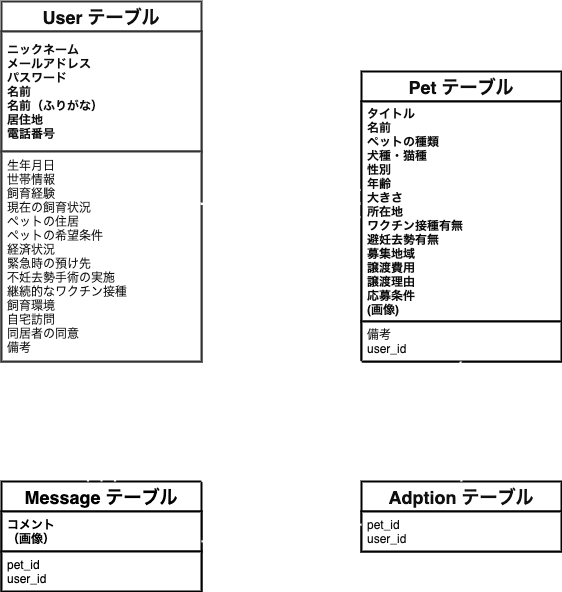
The draw.io diagram ER.png in aya-tsubono/share-pets, before a commit. Source tidied: cells renumbered, new cells last; positions are measured from the earlier drawing's top-left corner, leaving out a move shared by most shapes.
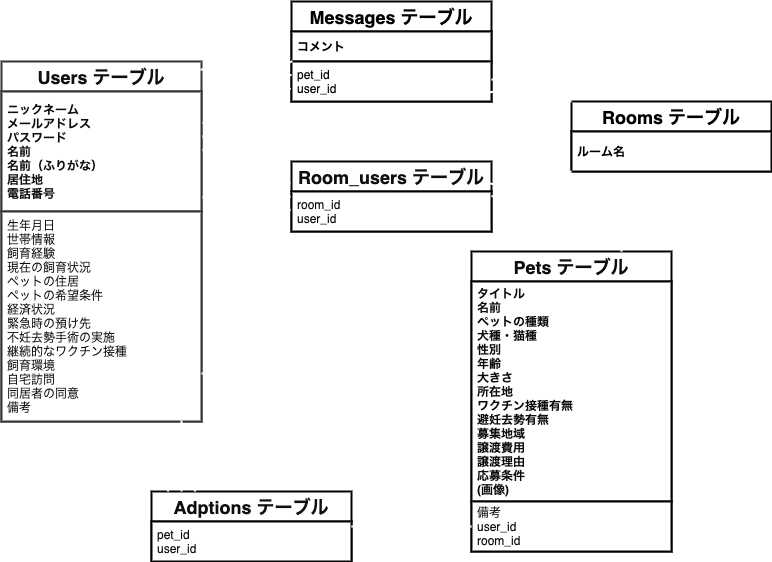
After the change.

Commit message:
READMEの記述とER図の修正

What changed in the source:
```diff
@@ -2,8 +2,8 @@
   <root>
     <mxCell id="0" />
     <mxCell id="1" parent="0" />
-    <mxCell id="2" value="User テーブル" style="swimlane;fontStyle=1;horizontal=1;startSize=30;align=center;fontSize=18;strokeWidth=2;fillColor=#FFFFFF;strokeColor=#333333;fontColor=#0F0F0F;" parent="1" vertex="1">
-      <mxGeometry width="200" height="360" as="geometry" />
+    <mxCell id="2" value="Users テーブル" style="swimlane;fontStyle=1;horizontal=1;startSize=30;align=center;fontSize=18;strokeWidth=2;fillColor=#FFFFFF;strokeColor=#333333;fontColor=#0F0F0F;" parent="1" vertex="1">
+      <mxGeometry y="100" width="200" height="360" as="geometry" />
     </mxCell>
     <mxCell id="3" value="ニックネーム&#10;メールアドレス&#10;パスワード&#10;名前&#10;名前（ふりがな）&#10;居住地&#10;電話番号" style="text;spacingLeft=4;spacingRight=4;overflow=hidden;points=[[0,0.5],[1,0.5]];portConstraint=eastwest;fontSize=12;verticalAlign=middle;fontStyle=1;strokeWidth=2;fillColor=#FFFFFF;strokeColor=#333333;fontColor=#0F0F0F;" parent="2" vertex="1">
       <mxGeometry y="30" width="200" height="120" as="geometry" />
@@ -11,52 +11,70 @@
     <mxCell id="4" value="生年月日&#10;世帯情報&#10;飼育経験&#10;現在の飼育状況&#10;ペットの住居&#10;ペットの希望条件&#10;経済状況&#10;緊急時の預け先&#10;不妊去勢手術の実施&#10;継続的なワクチン接種&#10;飼育環境&#10;自宅訪問&#10;同居者の同意&#10;備考" style="text;spacingLeft=4;spacingRight=4;overflow=hidden;points=[[0,0.5],[1,0.5]];portConstraint=eastwest;fontSize=12;verticalAlign=middle;strokeWidth=2;fillColor=#FFFFFF;strokeColor=#333333;fontColor=#0F0F0F;" parent="2" vertex="1">
       <mxGeometry y="150" width="200" height="210" as="geometry" />
     </mxCell>
-    <mxCell id="5" value="Pet テーブル" style="swimlane;fontStyle=1;horizontal=1;startSize=30;align=center;fontSize=18;strokeWidth=2;strokeColor=#000000;fontColor=#0D0D0D;fillColor=#FFFFFF;" parent="1" vertex="1">
-      <mxGeometry x="360" y="70" width="200" height="290" as="geometry" />
+    <mxCell id="5" value="Pets テーブル" style="swimlane;fontStyle=1;horizontal=1;startSize=30;align=center;fontSize=18;strokeWidth=2;strokeColor=#000000;fontColor=#0D0D0D;fillColor=#FFFFFF;" parent="1" vertex="1">
+      <mxGeometry x="470" y="290" width="200" height="300" as="geometry" />
     </mxCell>
     <mxCell id="6" value="タイトル&#10;名前&#10;ペットの種類&#10;犬種・猫種&#10;性別&#10;年齢&#10;大きさ&#10;所在地&#10;ワクチン接種有無&#10;避妊去勢有無&#10;募集地域&#10;譲渡費用&#10;譲渡理由&#10;応募条件&#10;(画像)" style="text;spacingLeft=4;spacingRight=4;overflow=hidden;points=[[0,0.5],[1,0.5]];portConstraint=eastwest;fontSize=12;verticalAlign=middle;fontStyle=1;strokeWidth=2;strokeColor=#000000;fontColor=#0D0D0D;fillColor=#FFFFFF;" parent="5" vertex="1">
       <mxGeometry y="30" width="200" height="220" as="geometry" />
     </mxCell>
-    <mxCell id="7" value="備考&#10;user_id" style="text;spacingLeft=4;spacingRight=4;overflow=hidden;points=[[0,0.5],[1,0.5]];portConstraint=eastwest;fontSize=12;verticalAlign=middle;strokeWidth=2;strokeColor=#000000;fontColor=#0D0D0D;fillColor=#FFFFFF;" parent="5" vertex="1">
-      <mxGeometry y="250" width="200" height="40" as="geometry" />
+    <mxCell id="7" value="備考&#10;user_id&#10;room_id" style="text;spacingLeft=4;spacingRight=4;overflow=hidden;points=[[0,0.5],[1,0.5]];portConstraint=eastwest;fontSize=12;verticalAlign=middle;strokeWidth=2;strokeColor=#000000;fontColor=#0D0D0D;fillColor=#FFFFFF;" parent="5" vertex="1">
+      <mxGeometry y="250" width="200" height="50" as="geometry" />
     </mxCell>
-    <mxCell id="8" value="Message テーブル" style="swimlane;fontStyle=1;horizontal=1;startSize=30;align=center;fontSize=18;strokeWidth=2;strokeColor=#000000;fillColor=#FFFFFF;fontColor=#000000;" parent="1" vertex="1">
-      <mxGeometry y="480" width="200" height="110" as="geometry" />
+    <mxCell id="8" value="Rooms テーブル" style="swimlane;fontStyle=1;horizontal=1;startSize=30;align=center;fontSize=18;strokeWidth=2;strokeColor=#000000;fillColor=#FFFFFF;fontColor=#000000;" parent="1" vertex="1">
+      <mxGeometry x="570" y="140" width="200" height="70" as="geometry" />
     </mxCell>
-    <mxCell id="9" value="コメント&#10;（画像）" style="text;spacingLeft=4;spacingRight=4;overflow=hidden;points=[[0,0.5],[1,0.5]];portConstraint=eastwest;fontSize=12;verticalAlign=middle;fontStyle=1;strokeWidth=2;strokeColor=#000000;fillColor=#FFFFFF;fontColor=#000000;" parent="8" vertex="1">
+    <mxCell id="9" value="ルーム名" style="text;spacingLeft=4;spacingRight=4;overflow=hidden;points=[[0,0.5],[1,0.5]];portConstraint=eastwest;fontSize=12;verticalAlign=middle;fontStyle=1;strokeWidth=2;strokeColor=#000000;fillColor=#FFFFFF;fontColor=#000000;" parent="8" vertex="1">
       <mxGeometry y="30" width="200" height="40" as="geometry" />
     </mxCell>
-    <mxCell id="10" value="pet_id&#10;user_id" style="text;spacingLeft=4;spacingRight=4;overflow=hidden;points=[[0,0.5],[1,0.5]];portConstraint=eastwest;fontSize=12;verticalAlign=middle;strokeWidth=2;strokeColor=#000000;fillColor=#FFFFFF;fontColor=#000000;" parent="8" vertex="1">
-      <mxGeometry y="70" width="200" height="40" as="geometry" />
-    </mxCell>
-    <mxCell id="11" value="Adption テーブル" style="swimlane;fontStyle=1;horizontal=1;startSize=30;align=center;fontSize=18;strokeWidth=2;strokeColor=#000000;fontColor=#0F0F0F;fillColor=#FFFFFF;" parent="1" vertex="1">
-      <mxGeometry x="360" y="480" width="200" height="70" as="geometry" />
+    <mxCell id="11" value="Adptions テーブル" style="swimlane;fontStyle=1;horizontal=1;startSize=30;align=center;fontSize=18;strokeWidth=2;strokeColor=#000000;fontColor=#0F0F0F;fillColor=#FFFFFF;" parent="1" vertex="1">
+      <mxGeometry x="150" y="530" width="200" height="70" as="geometry" />
     </mxCell>
     <mxCell id="12" value="pet_id&#10;user_id" style="text;spacingLeft=4;spacingRight=4;overflow=hidden;fontSize=12;verticalAlign=middle;fontStyle=0;strokeWidth=2;strokeColor=#000000;fontColor=#0F0F0F;fillColor=#FFFFFF;" parent="11" vertex="1">
       <mxGeometry y="30" width="200" height="40" as="geometry" />
     </mxCell>
-    <mxCell id="13" style="edgeStyle=entityRelationEdgeStyle;fontSize=12;html=1;endArrow=ERmany;entryX=-0.005;entryY=0.464;entryDx=0;entryDy=0;exitX=0.995;exitY=0.248;exitDx=0;exitDy=0;exitPerimeter=0;entryPerimeter=0;endSize=25;startSize=25;endFill=0;startArrow=ERone;startFill=0;strokeWidth=2;strokeColor=#FFFFFF;" parent="1" edge="1" source="4" target="6">
+    <mxCell id="13" style="fontSize=12;html=1;endArrow=ERmany;endSize=25;startSize=25;endFill=0;startArrow=ERone;startFill=0;strokeWidth=2;strokeColor=#FFFFFF;entryX=-0.01;entryY=0.432;entryDx=0;entryDy=0;exitX=1;exitY=0.771;exitDx=0;exitDy=0;exitPerimeter=0;entryPerimeter=0;" parent="1" edge="1" source="4" target="6">
       <mxGeometry relative="1" as="geometry" />
     </mxCell>
-    <mxCell id="14" style="endArrow=ERmany;html=1;rounded=0;fontSize=12;startSize=25;exitX=0.5;exitY=1.01;exitDx=0;exitDy=0;exitPerimeter=0;entryX=0.5;entryY=0;entryDx=0;entryDy=0;endFill=0;startArrow=ERmany;startFill=0;endSize=25;strokeWidth=2;strokeColor=#FFFFFF;" parent="1" edge="1" source="4" target="8">
-      <mxGeometry relative="1" as="geometry" />
-    </mxCell>
-    <mxCell id="15" style="endArrow=ERone;html=1;rounded=0;fontSize=12;startSize=25;endSize=25;exitX=0.5;exitY=0;exitDx=0;exitDy=0;endFill=0;startArrow=ERone;startFill=0;strokeWidth=2;strokeColor=#FFFFFF;" parent="1" edge="1" source="11">
-      <mxGeometry relative="1" as="geometry">
-        <mxPoint x="459" y="360" as="targetPoint" />
-      </mxGeometry>
+    <mxCell id="15" style="endArrow=ERone;html=1;rounded=0;fontSize=12;startSize=25;endSize=25;exitX=1;exitY=0.5;exitDx=0;exitDy=0;endFill=0;startArrow=ERone;startFill=0;strokeWidth=2;strokeColor=#FFFFFF;entryX=0;entryY=0.5;entryDx=0;entryDy=0;" parent="1" edge="1" source="11" target="7">
+      <mxGeometry relative="1" as="geometry" />
     </mxCell>
-    <mxCell id="16" style="endArrow=ERone;html=1;rounded=0;fontSize=12;startSize=25;endSize=25;endFill=0;startArrow=ERone;startFill=0;strokeWidth=2;strokeColor=#FFFFFF;" parent="1" edge="1">
-      <mxGeometry relative="1" as="geometry">
-        <mxPoint x="360" y="523" as="sourcePoint" />
-        <mxPoint x="200" y="540" as="targetPoint" />
-      </mxGeometry>
-    </mxCell>
-    <mxCell id="17" style="endArrow=ERone;html=1;rounded=0;fontSize=12;startSize=25;endSize=25;endFill=0;startArrow=ERone;startFill=0;strokeWidth=2;strokeColor=#FFFFFF;" parent="1" edge="1">
-      <mxGeometry relative="1" as="geometry">
-        <mxPoint x="360" y="360" as="sourcePoint" />
-        <mxPoint x="200" y="480" as="targetPoint" />
-      </mxGeometry>
-    </mxCell>
+    <mxCell id="18" value="Messages テーブル" style="swimlane;fontStyle=1;horizontal=1;startSize=30;align=center;fontSize=18;strokeWidth=2;strokeColor=#000000;fillColor=#FFFFFF;fontColor=#000000;" parent="1" vertex="1">
+      <mxGeometry x="290" y="40" width="200" height="100" as="geometry" />
+    </mxCell>
+    <mxCell id="19" value="コメント" style="text;spacingLeft=4;spacingRight=4;overflow=hidden;fontSize=12;verticalAlign=middle;fontStyle=1;strokeWidth=2;strokeColor=#000000;fillColor=#FFFFFF;fontColor=#000000;" parent="18" vertex="1">
+      <mxGeometry y="30" width="200" height="30" as="geometry" />
+    </mxCell>
+    <mxCell id="10" value="pet_id&#10;user_id" style="text;spacingLeft=4;spacingRight=4;overflow=hidden;points=[[0,0.5],[1,0.5]];portConstraint=eastwest;fontSize=12;verticalAlign=middle;strokeWidth=2;strokeColor=#000000;fillColor=#FFFFFF;fontColor=#000000;" parent="18" vertex="1">
+      <mxGeometry y="60" width="200" height="40" as="geometry" />
+    </mxCell>
+    <mxCell id="20" style="fontSize=12;html=1;endArrow=ERmany;endSize=25;startSize=25;endFill=0;startArrow=ERmany;startFill=0;strokeWidth=2;strokeColor=#FFFFFF;entryX=-0.015;entryY=0.125;entryDx=0;entryDy=0;exitX=1.005;exitY=0.375;exitDx=0;exitDy=0;exitPerimeter=0;entryPerimeter=0;" parent="1" edge="1" source="3" target="9">
+      <mxGeometry relative="1" as="geometry" />
+    </mxCell>
+    <mxCell id="21" style="fontSize=12;html=1;endArrow=ERone;endSize=25;startSize=25;endFill=0;startArrow=ERmany;startFill=0;strokeWidth=2;strokeColor=#FFFFFF;entryX=0.75;entryY=0;entryDx=0;entryDy=0;" parent="1" edge="1" target="5">
+      <mxGeometry relative="1" as="geometry">
+        <mxPoint x="620" y="213" as="sourcePoint" />
+      </mxGeometry>
+    </mxCell>
+    <mxCell id="22" style="endArrow=ERone;html=1;rounded=0;fontSize=12;startSize=25;endSize=25;endFill=0;startArrow=ERmany;startFill=0;strokeWidth=2;strokeColor=#FFFFFF;entryX=0;entryY=0;entryDx=0;entryDy=0;" parent="1" edge="1" source="18" target="8">
+      <mxGeometry relative="1" as="geometry" />
+    </mxCell>
+    <mxCell id="23" style="fontSize=12;html=1;endArrow=ERmany;endSize=25;startSize=25;endFill=0;startArrow=ERone;startFill=0;strokeWidth=2;strokeColor=#FFFFFF;exitX=0.9;exitY=0.995;exitDx=0;exitDy=0;exitPerimeter=0;entryX=0.15;entryY=0;entryDx=0;entryDy=0;entryPerimeter=0;" parent="1" edge="1" source="4" target="11">
+      <mxGeometry relative="1" as="geometry" />
+    </mxCell>
+    <mxCell id="24" style="fontSize=12;html=1;endArrow=ERmany;endSize=25;startSize=25;endFill=0;startArrow=ERone;startFill=0;strokeWidth=2;strokeColor=#FFFFFF;exitX=0.995;exitY=0.022;exitDx=0;exitDy=0;exitPerimeter=0;" parent="1" edge="1" source="2" target="10">
+      <mxGeometry relative="1" as="geometry" />
+    </mxCell>
+    <mxCell id="25" value="Room_users テーブル" style="swimlane;fontStyle=1;horizontal=1;startSize=30;align=center;fontSize=18;strokeWidth=2;strokeColor=#000000;fontColor=#0F0F0F;fillColor=#FFFFFF;" parent="1" vertex="1">
+      <mxGeometry x="290" y="200" width="200" height="70" as="geometry" />
+    </mxCell>
+    <mxCell id="26" value="room_id&#10;user_id" style="text;spacingLeft=4;spacingRight=4;overflow=hidden;points=[[0,0.5],[1,0.5]];portConstraint=eastwest;fontSize=12;verticalAlign=middle;fontStyle=0;strokeWidth=2;strokeColor=#000000;fontColor=#0F0F0F;fillColor=#FFFFFF;" parent="25" vertex="1">
+      <mxGeometry y="30" width="200" height="40" as="geometry" />
+    </mxCell>
+    <mxCell id="27" style="fontSize=12;html=1;endArrow=ERmany;endSize=25;startSize=25;endFill=0;startArrow=ERone;startFill=0;strokeWidth=2;strokeColor=#FFFFFF;entryX=-0.005;entryY=0.125;entryDx=0;entryDy=0;entryPerimeter=0;exitX=1.005;exitY=0.883;exitDx=0;exitDy=0;exitPerimeter=0;" parent="1" edge="1" source="3" target="26">
+      <mxGeometry relative="1" as="geometry" />
+    </mxCell>
+    <mxCell id="28" style="endArrow=ERone;html=1;rounded=0;fontSize=12;startSize=25;endSize=25;endFill=0;startArrow=ERmany;startFill=0;strokeWidth=2;strokeColor=#FFFFFF;exitX=1;exitY=0.5;exitDx=0;exitDy=0;entryX=0;entryY=1;entryDx=0;entryDy=0;" parent="1" edge="1" source="25" target="8">
+      <mxGeometry relative="1" as="geometry" />
+    </mxCell>
   </root>
 </mxGraphModel>
```
